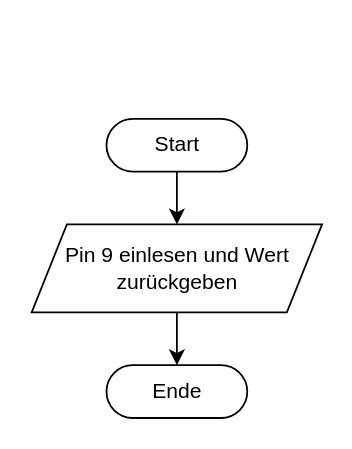
enovalab/LM3914-Replacement keeps this draw.io diagram as page "Anzeigemodus einlesen" (4 of 6) of flowchart.drawio. Above is the earlier version. Source tidied: cells renumbered, new cells numbered last; positions are measured from the earlier drawing's top-left corner, leaving out a move shared by most shapes. Both pictures are drawn from the tidied source at 176%, with x=0, y=0 at pixel (32, 118).
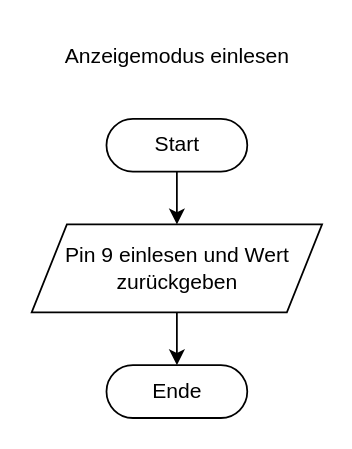
The same diagram, later.

Change to the diagram source:
```diff
@@
 <mxGraphModel>
   <root>
     <mxCell id="0" />
     <mxCell id="1" parent="0" />
     <mxCell id="2" style="edgeStyle=none;html=1;" parent="1" edge="1" source="3" target="6">
       <mxGeometry relative="1" as="geometry" />
     </mxCell>
     <mxCell id="3" value="Start" style="html=1;dashed=0;whitespace=wrap;shape=mxgraph.dfd.start;" parent="1" vertex="1">
       <mxGeometry x="42" width="80" height="30" as="geometry" />
     </mxCell>
     <mxCell id="4" value="Ende" style="html=1;dashed=0;whitespace=wrap;shape=mxgraph.dfd.start;" parent="1" vertex="1">
       <mxGeometry x="42" y="140" width="80" height="30" as="geometry" />
     </mxCell>
     <mxCell id="5" style="edgeStyle=none;html=1;" parent="1" edge="1" source="6" target="4">
       <mxGeometry relative="1" as="geometry" />
     </mxCell>
     <mxCell id="6" value="Pin 9 einlesen und Wert zurückgeben" style="shape=parallelogram;perimeter=parallelogramPerimeter;whiteSpace=wrap;html=1;fixedSize=1;" parent="1" vertex="1">
       <mxGeometry x="-0.5" y="60" width="165" height="50" as="geometry" />
     </mxCell>
+    <mxCell id="7" value="Anzeigemodus einlesen" style="text;html=1;strokeColor=none;fillColor=none;align=center;verticalAlign=middle;whiteSpace=wrap;rounded=0;" parent="1" vertex="1">
+      <mxGeometry x="4.5" y="-50" width="155" height="30" as="geometry" />
+    </mxCell>
   </root>
 </mxGraphModel>
```
